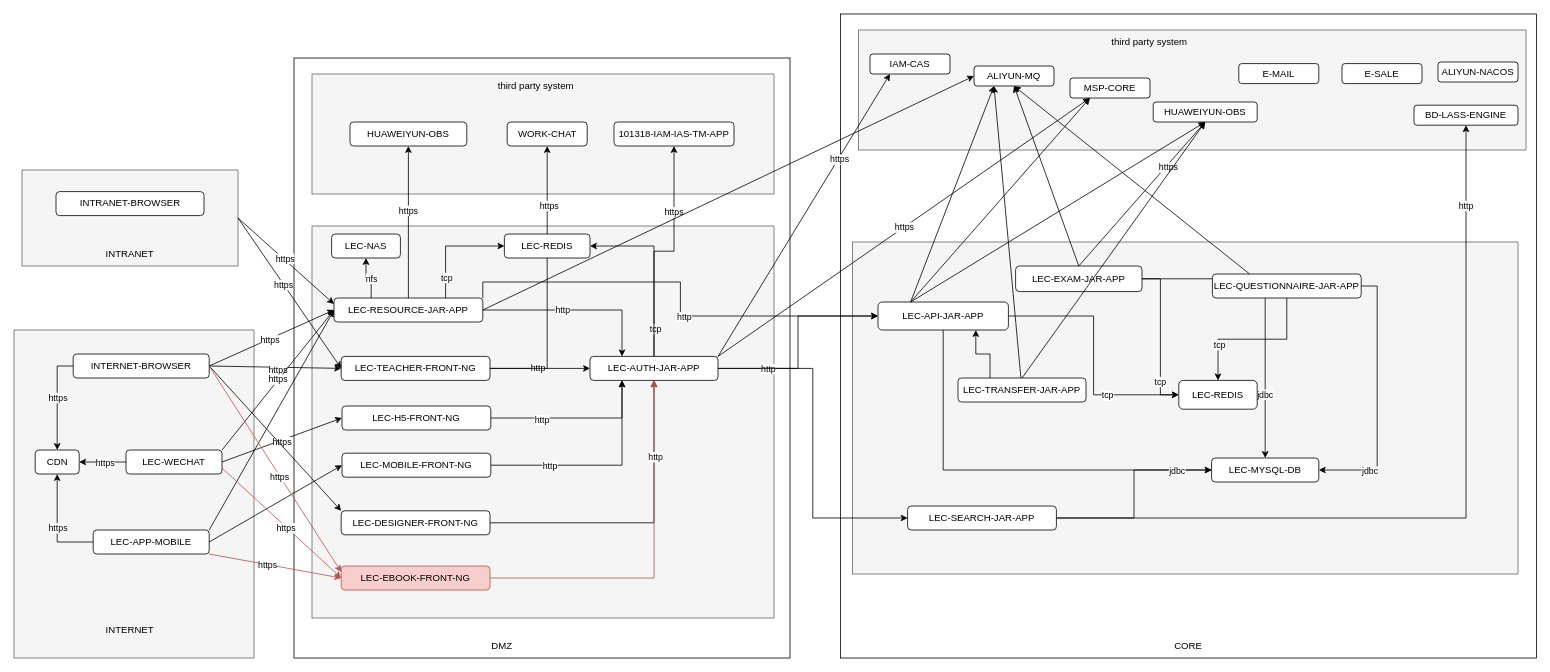
Above: 智学365架构图.drawio in rainerpiao/cloud-computing (draw.io), before the change. Source tidied: cells renumbered, new cells numbered last; positions are measured from the earlier drawing's top-left corner, leaving out a move shared by most shapes. Both pictures are drawn from the tidied source at 80%, with x=0, y=0 at pixel (14, 14).
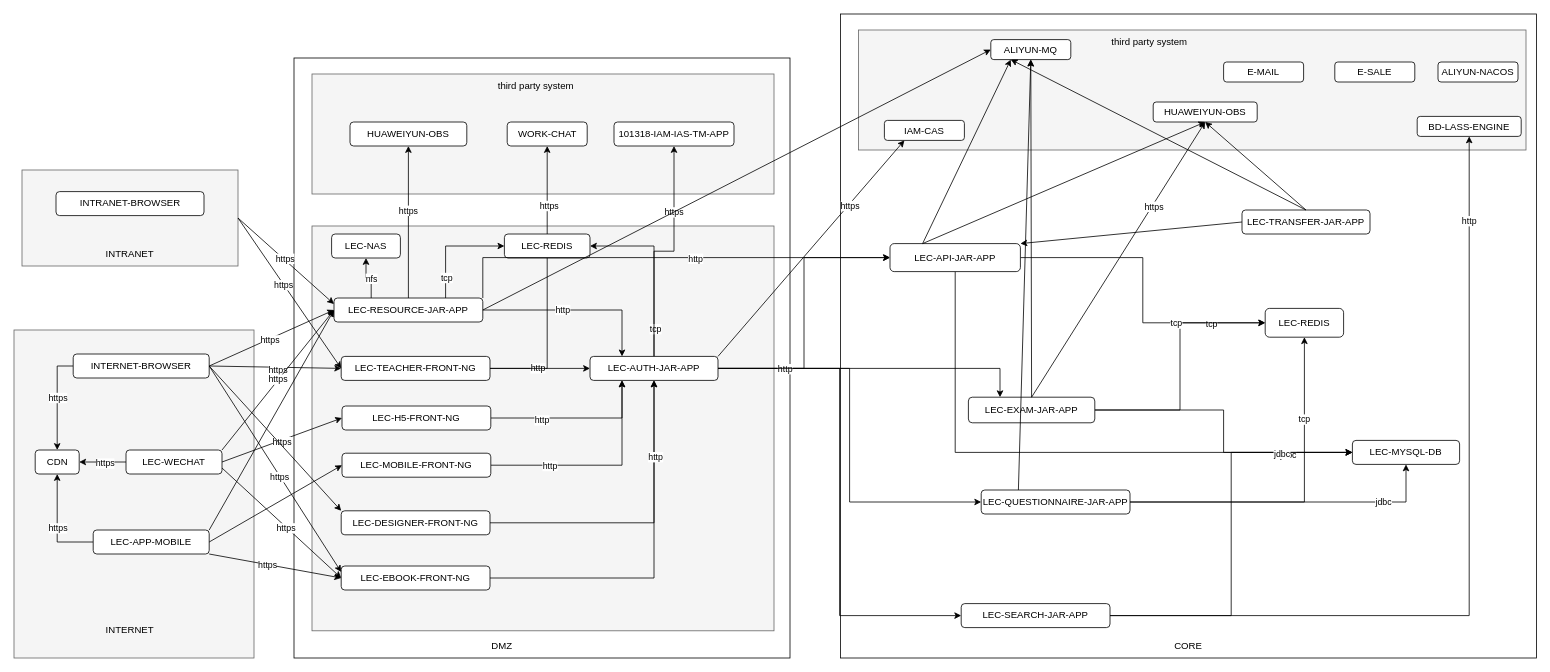
After the change.

Commit message:
更新智学365架构图.drawio

The change refers to these unchanged cells:
```xml
<mxCell id="10" value="&lt;span style=&quot;text-align: left;&quot;&gt;INTERNET-BROWSER&lt;/span&gt;" style="rounded=1;whiteSpace=wrap;html=1;" parent="1" vertex="1">
  <mxGeometry x="74" y="425" width="170" height="30" as="geometry" />
</mxCell>
<mxCell id="14" value="&lt;div style=&quot;text-align: left;&quot;&gt;&lt;span style=&quot;background-color: initial;&quot;&gt;LEC-APP-MOBILE&lt;/span&gt;&lt;/div&gt;" style="rounded=1;whiteSpace=wrap;html=1;" parent="1" vertex="1">
  <mxGeometry x="99" y="645" width="145" height="30" as="geometry" />
</mxCell>
<mxCell id="36" value="LEC-AUTH-JAR-APP" style="rounded=1;whiteSpace=wrap;html=1;" parent="1" vertex="1">
  <mxGeometry x="720" y="428" width="160" height="30" as="geometry" />
</mxCell>
<mxCell id="68" value="&lt;div style=&quot;text-align: left;&quot;&gt;&lt;span style=&quot;background-color: initial;&quot;&gt;LEC-WECHAT&lt;/span&gt;&lt;/div&gt;" style="rounded=1;whiteSpace=wrap;html=1;" parent="1" vertex="1">
  <mxGeometry x="140" y="545" width="120" height="30" as="geometry" />
</mxCell>
```

The edit, as a diff of the source:
```diff
@@
+    <mxCell id="42" style="rounded=0;whiteSpace=wrap;html=1;fillColor=#f5f5f5;fontColor=#333333;strokeColor=#666666;" parent="1" vertex="1">
+      <mxGeometry x="1048" y="285" width="832" height="415" as="geometry" />
+    </mxCell>
@@
     <mxCell id="16" style="rounded=0;whiteSpace=wrap;html=1;fillColor=#f5f5f5;fontColor=#333333;strokeColor=#666666;" parent="1" vertex="1">
-      <mxGeometry x="372.5" y="265" width="577.5" height="490" as="geometry" />
+      <mxGeometry x="372.5" y="265" width="577.5" height="506" as="geometry" />
     </mxCell>
@@
+    <mxCell id="133" style="edgeStyle=orthogonalEdgeStyle;rounded=0;jettySize=auto;html=1;entryX=0.25;entryY=0;entryDx=0;entryDy=0;" parent="1" edge="1" source="36" target="49">
+      <mxGeometry relative="1" as="geometry" />
+    </mxCell>
+    <mxCell id="134" style="edgeStyle=orthogonalEdgeStyle;rounded=0;jettySize=auto;html=1;entryX=0;entryY=0.5;entryDx=0;entryDy=0;" parent="1" edge="1" source="36" target="55">
+      <mxGeometry relative="1" as="geometry" />
+    </mxCell>
@@
-    <mxCell id="42" style="rounded=0;whiteSpace=wrap;html=1;fillColor=#f5f5f5;fontColor=#333333;strokeColor=#666666;" parent="1" vertex="1">
-      <mxGeometry x="1048" y="285" width="832" height="415" as="geometry" />
-    </mxCell>
@@
-    <mxCell id="45" style="edgeStyle=orthogonalEdgeStyle;rounded=0;jettySize=auto;html=1;entryX=0.5;entryY=0;entryDx=0;entryDy=0;" parent="1" edge="1" source="49" target="50">
+    <mxCell id="45" style="edgeStyle=orthogonalEdgeStyle;rounded=0;jettySize=auto;html=1;entryX=0;entryY=0.5;entryDx=0;entryDy=0;" parent="1" edge="1" source="49" target="50">
       <mxGeometry relative="1" as="geometry" />
     </mxCell>
@@
     <mxCell id="49" value="LEC-EXAM-JAR-APP" style="rounded=1;whiteSpace=wrap;html=1;" parent="1" vertex="1">
-      <mxGeometry x="1252" y="315" width="158" height="32" as="geometry" />
+      <mxGeometry x="1193" y="479" width="158" height="32" as="geometry" />
     </mxCell>
     <mxCell id="50" value="LEC-MYSQL-DB" style="rounded=1;whiteSpace=wrap;html=1;" parent="1" vertex="1">
-      <mxGeometry x="1497" y="555" width="134" height="30" as="geometry" />
+      <mxGeometry x="1673" y="533" width="134" height="30" as="geometry" />
     </mxCell>
     <mxCell id="51" value="LEC-REDIS" style="rounded=1;whiteSpace=wrap;html=1;" parent="1" vertex="1">
-      <mxGeometry x="1456" y="458" width="98" height="36" as="geometry" />
+      <mxGeometry x="1564" y="368" width="98" height="36" as="geometry" />
     </mxCell>
     <mxCell id="52" value="ALIYUN-MQ" style="rounded=1;whiteSpace=wrap;html=1;" parent="1" vertex="1">
-      <mxGeometry x="1200" y="65" width="100" height="25" as="geometry" />
+      <mxGeometry x="1221" y="32" width="100" height="25" as="geometry" />
     </mxCell>
-    <mxCell id="53" style="edgeStyle=orthogonalEdgeStyle;rounded=0;jettySize=auto;html=1;entryX=0.5;entryY=0;entryDx=0;entryDy=0;" parent="1" edge="1" source="55" target="51">
+    <mxCell id="53" style="edgeStyle=orthogonalEdgeStyle;rounded=0;jettySize=auto;html=1;entryX=0.5;entryY=1;entryDx=0;entryDy=0;" parent="1" edge="1" source="55" target="51">
       <mxGeometry relative="1" as="geometry" />
     </mxCell>
@@
     <mxCell id="55" value="LEC-QUESTIONNAIRE-JAR-APP" style="rounded=1;whiteSpace=wrap;html=1;" parent="1" vertex="1">
-      <mxGeometry x="1498" y="325" width="186" height="30" as="geometry" />
+      <mxGeometry x="1209" y="595" width="186" height="30" as="geometry" />
     </mxCell>
@@
-    <mxCell id="58" style="edgeStyle=orthogonalEdgeStyle;rounded=0;jettySize=auto;html=1;entryX=0.5;entryY=1;entryDx=0;entryDy=0;fillColor=#f8cecc;strokeColor=#b85450;" parent="1" edge="1" source="60" target="36">
+    <mxCell id="58" style="edgeStyle=orthogonalEdgeStyle;rounded=0;jettySize=auto;html=1;entryX=0.5;entryY=1;entryDx=0;entryDy=0;" parent="1" edge="1" source="60" target="36">
       <mxGeometry relative="1" as="geometry" />
     </mxCell>
@@
-    <mxCell id="60" value="LEC-EBOOK-FRONT-NG" style="rounded=1;whiteSpace=wrap;html=1;fillColor=#f8cecc;strokeColor=#b85450;" parent="1" vertex="1">
+    <mxCell id="60" value="LEC-EBOOK-FRONT-NG" style="rounded=1;whiteSpace=wrap;html=1;" parent="1" vertex="1">
       <mxGeometry x="409" y="690" width="186" height="30" as="geometry" />
     </mxCell>
@@
     <mxCell id="64" value="IAM-CAS" style="rounded=1;whiteSpace=wrap;html=1;" parent="1" vertex="1">
-      <mxGeometry x="1070" y="50" width="100" height="25" as="geometry" />
+      <mxGeometry x="1088" y="133" width="100" height="25" as="geometry" />
     </mxCell>
-    <mxCell id="65" value="MSP-CORE" style="rounded=1;whiteSpace=wrap;html=1;" parent="1" vertex="1">
-      <mxGeometry x="1320" y="80" width="100" height="25" as="geometry" />
-    </mxCell>
@@
-    <mxCell id="82" style="endArrow=classic;html=1;rounded=0;exitX=1;exitY=0.5;exitDx=0;exitDy=0;entryX=0;entryY=0.25;entryDx=0;entryDy=0;fillColor=#f8cecc;strokeColor=#b85450;" parent="1" edge="1" source="10" target="60">
+    <mxCell id="82" style="endArrow=classic;html=1;rounded=0;exitX=1;exitY=0.5;exitDx=0;exitDy=0;entryX=0;entryY=0.25;entryDx=0;entryDy=0;" parent="1" edge="1" source="10" target="60">
       <mxGeometry relative="1" as="geometry" />
     </mxCell>
@@
-    <mxCell id="84" style="endArrow=classic;html=1;rounded=0;exitX=1;exitY=0.75;exitDx=0;exitDy=0;entryX=0;entryY=0.5;entryDx=0;entryDy=0;fillColor=#f8cecc;strokeColor=#b85450;" parent="1" edge="1" source="68" target="60">
+    <mxCell id="84" style="endArrow=classic;html=1;rounded=0;exitX=1;exitY=0.75;exitDx=0;exitDy=0;entryX=0;entryY=0.5;entryDx=0;entryDy=0;" parent="1" edge="1" source="68" target="60">
       <mxGeometry relative="1" as="geometry" />
     </mxCell>
@@
-    <mxCell id="86" style="endArrow=classic;html=1;rounded=0;exitX=1;exitY=1;exitDx=0;exitDy=0;entryX=0;entryY=0.5;entryDx=0;entryDy=0;fillColor=#f8cecc;strokeColor=#b85450;" parent="1" edge="1" source="14" target="60">
+    <mxCell id="86" style="endArrow=classic;html=1;rounded=0;exitX=1;exitY=1;exitDx=0;exitDy=0;entryX=0;entryY=0.5;entryDx=0;entryDy=0;" parent="1" edge="1" source="14" target="60">
       <mxGeometry relative="1" as="geometry" />
     </mxCell>
@@
     <mxCell id="96" value="LEC-API-JAR-APP" style="rounded=1;whiteSpace=wrap;html=1;" parent="1" vertex="1">
-      <mxGeometry x="1080" y="360" width="163" height="35" as="geometry" />
+      <mxGeometry x="1095" y="287" width="163" height="35" as="geometry" />
     </mxCell>
@@
     <mxCell id="101" value="LEC-SEARCH-JAR-APP" style="rounded=1;whiteSpace=wrap;html=1;" parent="1" vertex="1">
-      <mxGeometry x="1117" y="615" width="186" height="30" as="geometry" />
+      <mxGeometry x="1184" y="737" width="186" height="30" as="geometry" />
     </mxCell>
@@
-    <mxCell id="104" style="endArrow=classic;html=1;rounded=0;entryX=0.25;entryY=1;entryDx=0;entryDy=0;exitX=1;exitY=0;exitDx=0;exitDy=0;" parent="1" edge="1" source="36" target="65">
-      <mxGeometry relative="1" as="geometry" />
-    </mxCell>
-    <mxCell id="105" value="https" style="edgeLabel;html=1;align=center;verticalAlign=middle;" parent="104" vertex="1">
-      <mxGeometry relative="1" as="geometry" />
-    </mxCell>
@@
     <mxCell id="111" value="E-MAIL" style="rounded=1;whiteSpace=wrap;html=1;" parent="1" vertex="1">
-      <mxGeometry x="1531" y="62" width="100" height="25" as="geometry" />
+      <mxGeometry x="1512" y="60" width="100" height="25" as="geometry" />
     </mxCell>
@@
-    <mxCell id="113" style="edgeStyle=orthogonalEdgeStyle;rounded=0;jettySize=auto;html=1;entryX=1;entryY=0.5;entryDx=0;entryDy=0;exitX=1;exitY=0.5;exitDx=0;exitDy=0;" parent="1" edge="1" source="55" target="50">
+    <mxCell id="113" style="edgeStyle=orthogonalEdgeStyle;rounded=0;jettySize=auto;html=1;exitX=1;exitY=0.5;exitDx=0;exitDy=0;" parent="1" edge="1" source="55" target="50">
       <mxGeometry relative="1" as="geometry" />
     </mxCell>
@@
     <mxCell id="115" value="E-SALE" style="rounded=1;whiteSpace=wrap;html=1;" parent="1" vertex="1">
-      <mxGeometry x="1660" y="62" width="100" height="25" as="geometry" />
+      <mxGeometry x="1651" y="60" width="100" height="25" as="geometry" />
     </mxCell>
@@
-    <mxCell id="119" style="endArrow=classic;html=1;rounded=0;entryX=0.25;entryY=1;entryDx=0;entryDy=0;exitX=0.25;exitY=0;exitDx=0;exitDy=0;" parent="1" edge="1" source="96" target="65">
-      <mxGeometry relative="1" as="geometry" />
-    </mxCell>
     <mxCell id="120" value="BD-LASS-ENGINE" style="rounded=1;whiteSpace=wrap;html=1;" parent="1" vertex="1">
-      <mxGeometry x="1750" y="114" width="130" height="25" as="geometry" />
+      <mxGeometry x="1754" y="128" width="130" height="25" as="geometry" />
     </mxCell>
@@
-    <mxCell id="129" style="edgeStyle=orthogonalEdgeStyle;rounded=0;jettySize=auto;html=1;entryX=0.75;entryY=1;entryDx=0;entryDy=0;exitX=0.25;exitY=0;exitDx=0;exitDy=0;" parent="1" edge="1" source="130" target="96">
-      <mxGeometry relative="1" as="geometry" />
-    </mxCell>
     <mxCell id="130" value="LEC-TRANSFER-JAR-APP" style="rounded=1;whiteSpace=wrap;html=1;" parent="1" vertex="1">
-      <mxGeometry x="1180" y="455" width="160" height="30" as="geometry" />
+      <mxGeometry x="1535" y="245" width="160" height="30" as="geometry" />
     </mxCell>
-    <mxCell id="131" style="endArrow=classic;html=1;rounded=0;entryX=0.25;entryY=1;entryDx=0;entryDy=0;" parent="1" edge="1" source="130" target="52">
+    <mxCell id="131" style="endArrow=classic;html=1;rounded=0;entryX=0.25;entryY=1;entryDx=0;entryDy=0;exitX=0.5;exitY=0;exitDx=0;exitDy=0;" parent="1" edge="1" source="130" target="52">
       <mxGeometry relative="1" as="geometry" />
     </mxCell>
@@
+    <mxCell id="135" style="edgeStyle=orthogonalEdgeStyle;rounded=0;orthogonalLoop=1;jettySize=auto;html=1;exitX=0.5;exitY=1;exitDx=0;exitDy=0;" parent="1" edge="1" source="55" target="55">
+      <mxGeometry relative="1" as="geometry" />
+    </mxCell>
+    <mxCell id="136" style="edgeStyle=orthogonalEdgeStyle;rounded=0;orthogonalLoop=1;jettySize=auto;html=1;exitX=0.5;exitY=1;exitDx=0;exitDy=0;" parent="1" edge="1" source="50" target="50">
+      <mxGeometry relative="1" as="geometry" />
+    </mxCell>
+    <mxCell id="129" style="endArrow=classic;html=1;rounded=0;exitX=0;exitY=0.5;exitDx=0;exitDy=0;entryX=1;entryY=0;entryDx=0;entryDy=0;" parent="1" edge="1" source="130" target="96">
+      <mxGeometry relative="1" as="geometry" />
+    </mxCell>
```
